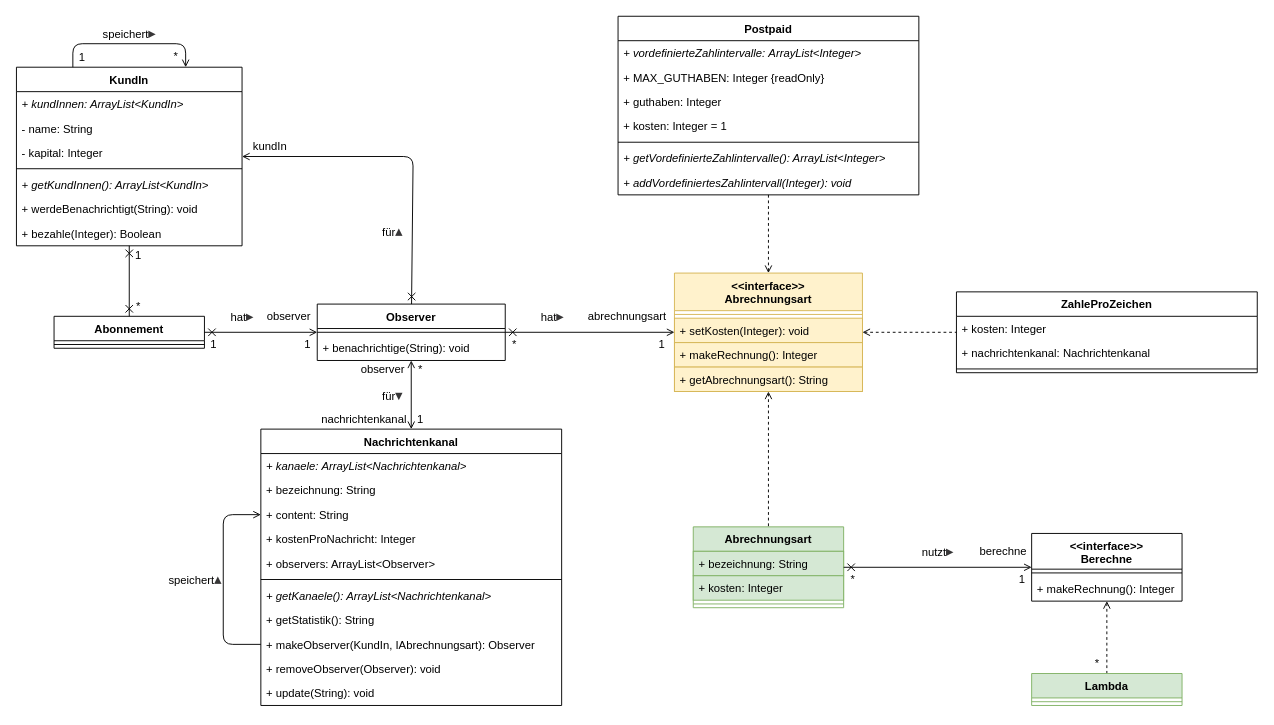
The draw.io diagram swt_wende_tim_h08/swt_wende_tim_h08_class_diagram_options.drawio in tmwnd/fha-swt, before the edit. Source tidied: cells renumbered, new cells numbered last; positions are measured from the earlier drawing's top-left corner, leaving out a move shared by most shapes. Both pictures are drawn from the tidied source at 94%, with x=0, y=0 at pixel (16, 16).
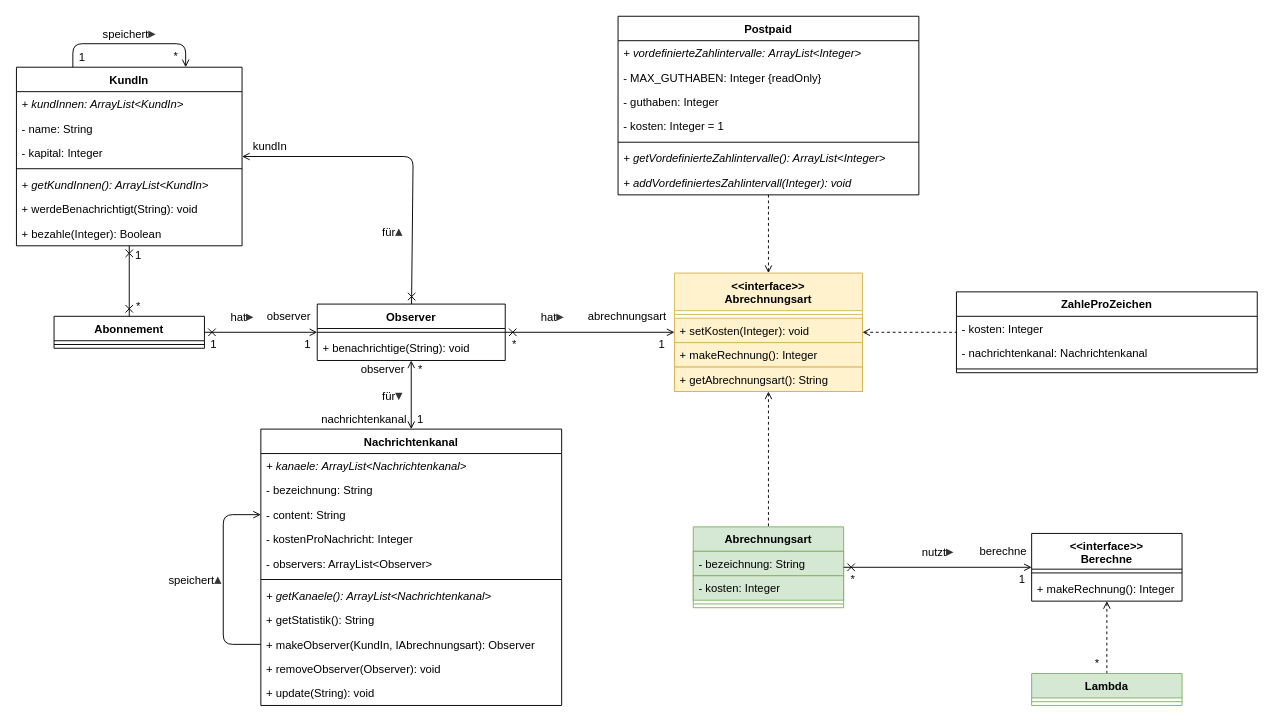
After the change.

The change refers to these unchanged cells:
```xml
<mxCell id="18" value="Postpaid" style="swimlane;fontStyle=1;align=center;verticalAlign=top;horizontal=1;startSize=26;" parent="1" vertex="1">
  <mxGeometry x="640" y="-0.2" width="320" height="190" as="geometry" />
</mxCell>
<mxCell id="30" value="Nachrichtenkanal" style="swimlane;fontStyle=1;align=center;verticalAlign=top;horizontal=1;startSize=26;" parent="1" vertex="1">
  <mxGeometry x="260" y="439" width="320" height="294" as="geometry" />
</mxCell>
<mxCell id="51" value="Abrechnungsart" style="swimlane;fontStyle=1;align=center;verticalAlign=top;horizontal=1;startSize=26;fillColor=#d5e8d4;strokeColor=#82b366;" parent="1" vertex="1">
  <mxGeometry x="720" y="543" width="160" height="86" as="geometry" />
</mxCell>
<mxCell id="58" value="ZahleProZeichen" style="swimlane;fontStyle=1;align=center;verticalAlign=top;horizontal=1;startSize=26;" parent="1" vertex="1">
  <mxGeometry x="1000" y="293" width="320" height="86" as="geometry" />
</mxCell>
```

The edit, as a diff of the source:
```diff
@@
-    <mxCell id="20" value="+ MAX_GUTHABEN: Integer {readOnly}" style="text;strokeColor=none;fillColor=none;align=left;verticalAlign=top;spacingLeft=4;spacingRight=4;overflow=hidden;" parent="18" vertex="1">
+    <mxCell id="20" value="- MAX_GUTHABEN: Integer {readOnly}" style="text;strokeColor=none;fillColor=none;align=left;verticalAlign=top;spacingLeft=4;spacingRight=4;overflow=hidden;" parent="18" vertex="1">
       <mxGeometry y="52" width="320" height="26" as="geometry" />
     </mxCell>
-    <mxCell id="21" value="+ guthaben: Integer" style="text;strokeColor=none;fillColor=none;align=left;verticalAlign=top;spacingLeft=4;spacingRight=4;overflow=hidden;" parent="18" vertex="1">
+    <mxCell id="21" value="- guthaben: Integer" style="text;strokeColor=none;fillColor=none;align=left;verticalAlign=top;spacingLeft=4;spacingRight=4;overflow=hidden;" parent="18" vertex="1">
       <mxGeometry y="78" width="320" height="26" as="geometry" />
     </mxCell>
-    <mxCell id="22" value="+ kosten: Integer = 1" style="text;strokeColor=none;fillColor=none;align=left;verticalAlign=top;spacingLeft=4;spacingRight=4;overflow=hidden;" parent="18" vertex="1">
+    <mxCell id="22" value="- kosten: Integer = 1" style="text;strokeColor=none;fillColor=none;align=left;verticalAlign=top;spacingLeft=4;spacingRight=4;overflow=hidden;" parent="18" vertex="1">
       <mxGeometry y="104" width="320" height="26" as="geometry" />
     </mxCell>
@@
-    <mxCell id="32" value="+ bezeichnung: String" style="text;strokeColor=none;fillColor=none;align=left;verticalAlign=top;spacingLeft=4;spacingRight=4;overflow=hidden;" parent="30" vertex="1">
+    <mxCell id="32" value="- bezeichnung: String" style="text;strokeColor=none;fillColor=none;align=left;verticalAlign=top;spacingLeft=4;spacingRight=4;overflow=hidden;" parent="30" vertex="1">
       <mxGeometry y="52" width="320" height="26" as="geometry" />
     </mxCell>
-    <mxCell id="33" value="+ content: String" style="text;strokeColor=none;fillColor=none;align=left;verticalAlign=top;spacingLeft=4;spacingRight=4;overflow=hidden;points=[[0,0.5],[1,0.5]];portConstraint=eastwest;" parent="30" vertex="1">
+    <mxCell id="33" value="- content: String" style="text;strokeColor=none;fillColor=none;align=left;verticalAlign=top;spacingLeft=4;spacingRight=4;overflow=hidden;points=[[0,0.5],[1,0.5]];portConstraint=eastwest;" parent="30" vertex="1">
       <mxGeometry y="78" width="320" height="26" as="geometry" />
     </mxCell>
-    <mxCell id="34" value="+ kostenProNachricht: Integer" style="text;strokeColor=none;fillColor=none;align=left;verticalAlign=top;spacingLeft=4;spacingRight=4;overflow=hidden;" parent="30" vertex="1">
+    <mxCell id="34" value="- kostenProNachricht: Integer" style="text;strokeColor=none;fillColor=none;align=left;verticalAlign=top;spacingLeft=4;spacingRight=4;overflow=hidden;" parent="30" vertex="1">
       <mxGeometry y="104" width="320" height="26" as="geometry" />
     </mxCell>
-    <mxCell id="35" value="+ observers: ArrayList&lt;Observer&gt;" style="text;strokeColor=none;fillColor=none;align=left;verticalAlign=top;spacingLeft=4;spacingRight=4;overflow=hidden;" parent="30" vertex="1">
+    <mxCell id="35" value="- observers: ArrayList&lt;Observer&gt;" style="text;strokeColor=none;fillColor=none;align=left;verticalAlign=top;spacingLeft=4;spacingRight=4;overflow=hidden;" parent="30" vertex="1">
       <mxGeometry y="130" width="320" height="26" as="geometry" />
     </mxCell>
@@
-    <mxCell id="52" value="+ bezeichnung: String" style="text;strokeColor=#82b366;fillColor=#d5e8d4;align=left;verticalAlign=top;spacingLeft=4;spacingRight=4;overflow=hidden;" parent="51" vertex="1">
+    <mxCell id="52" value="- bezeichnung: String" style="text;strokeColor=#82b366;fillColor=#d5e8d4;align=left;verticalAlign=top;spacingLeft=4;spacingRight=4;overflow=hidden;" parent="51" vertex="1">
       <mxGeometry y="26" width="160" height="26" as="geometry" />
     </mxCell>
-    <mxCell id="53" value="+ kosten: Integer" style="text;strokeColor=#82b366;fillColor=#d5e8d4;align=left;verticalAlign=top;spacingLeft=4;spacingRight=4;overflow=hidden;" parent="51" vertex="1">
+    <mxCell id="53" value="- kosten: Integer" style="text;strokeColor=#82b366;fillColor=#d5e8d4;align=left;verticalAlign=top;spacingLeft=4;spacingRight=4;overflow=hidden;" parent="51" vertex="1">
       <mxGeometry y="52" width="160" height="26" as="geometry" />
     </mxCell>
@@
-    <mxCell id="59" value="+ kosten: Integer" style="text;strokeColor=none;fillColor=none;align=left;verticalAlign=top;spacingLeft=4;spacingRight=4;overflow=hidden;" parent="58" vertex="1">
+    <mxCell id="59" value="- kosten: Integer" style="text;strokeColor=none;fillColor=none;align=left;verticalAlign=top;spacingLeft=4;spacingRight=4;overflow=hidden;" parent="58" vertex="1">
       <mxGeometry y="26" width="320" height="26" as="geometry" />
     </mxCell>
-    <mxCell id="60" value="+ nachrichtenkanal: Nachrichtenkanal" style="text;strokeColor=none;fillColor=none;align=left;verticalAlign=top;spacingLeft=4;spacingRight=4;overflow=hidden;" parent="58" vertex="1">
+    <mxCell id="60" value="- nachrichtenkanal: Nachrichtenkanal" style="text;strokeColor=none;fillColor=none;align=left;verticalAlign=top;spacingLeft=4;spacingRight=4;overflow=hidden;" parent="58" vertex="1">
       <mxGeometry y="52" width="320" height="26" as="geometry" />
     </mxCell>
```
